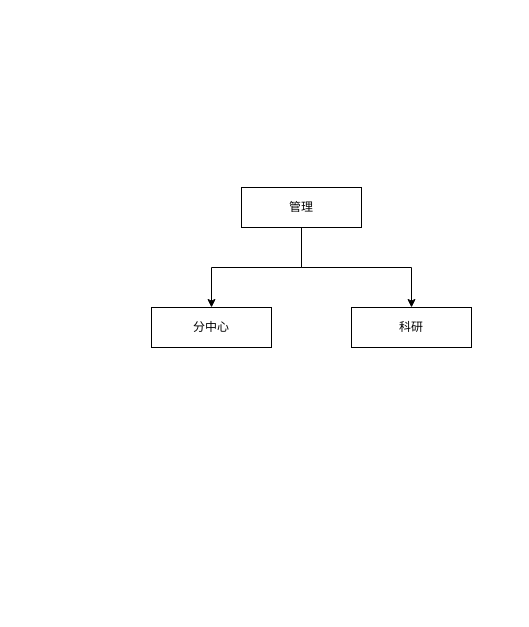
The draw.io diagram page "运行系统" (1 of 3) of 康评系统演示.drawio in wychytu/drawio, before the edit. Source tidied: cells renumbered, new cells numbered last; positions are measured from the earlier drawing's top-left corner, leaving out a move shared by most shapes. Both pictures are drawn from the tidied source at 100%, with x=0, y=0 at pixel (151, 187).
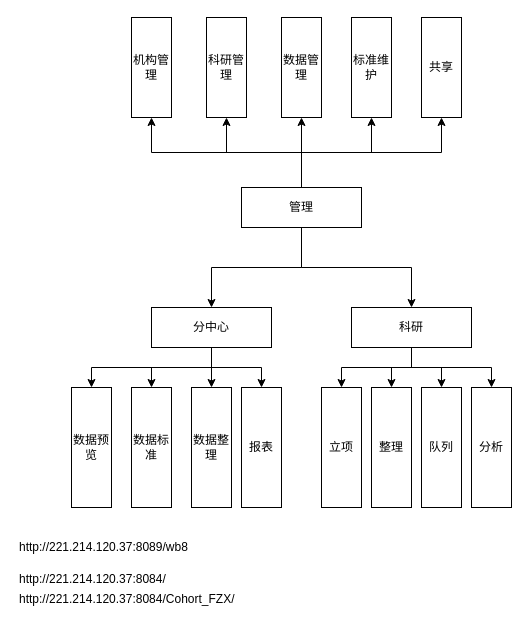
After the change.

Unchanged cells that the change refers to:
```xml
<mxCell id="2" value="分中心" style="rounded=0;whiteSpace=wrap;html=1;" parent="1" vertex="1">
  <mxGeometry y="120" width="120" height="40" as="geometry" />
</mxCell>
<mxCell id="5" value="管理" style="rounded=0;whiteSpace=wrap;html=1;" parent="1" vertex="1">
  <mxGeometry x="90" width="120" height="40" as="geometry" />
</mxCell>
<mxCell id="6" value="科研" style="rounded=0;whiteSpace=wrap;html=1;" parent="1" vertex="1">
  <mxGeometry x="200" y="120" width="120" height="40" as="geometry" />
</mxCell>
```

What changed in the source:
```diff
@@
+    <mxCell id="7" style="edgeStyle=orthogonalEdgeStyle;rounded=0;jettySize=auto;html=1;exitX=0.5;exitY=1;exitDx=0;exitDy=0;entryX=0.5;entryY=0;entryDx=0;entryDy=0;" parent="1" edge="1" source="2" target="23">
+      <mxGeometry relative="1" as="geometry" />
+    </mxCell>
+    <mxCell id="8" style="edgeStyle=orthogonalEdgeStyle;rounded=0;jettySize=auto;html=1;exitX=0.5;exitY=1;exitDx=0;exitDy=0;entryX=0.5;entryY=0;entryDx=0;entryDy=0;" parent="1" edge="1" source="2" target="24">
+      <mxGeometry relative="1" as="geometry" />
+    </mxCell>
+    <mxCell id="9" style="edgeStyle=orthogonalEdgeStyle;rounded=0;jettySize=auto;html=1;exitX=0.5;exitY=1;exitDx=0;exitDy=0;entryX=0.5;entryY=0;entryDx=0;entryDy=0;" parent="1" edge="1" source="2" target="25">
+      <mxGeometry relative="1" as="geometry" />
+    </mxCell>
+    <mxCell id="10" style="edgeStyle=orthogonalEdgeStyle;rounded=0;jettySize=auto;html=1;exitX=0.5;exitY=1;exitDx=0;exitDy=0;entryX=0.5;entryY=0;entryDx=0;entryDy=0;" parent="1" edge="1" source="2" target="26">
+      <mxGeometry relative="1" as="geometry" />
+    </mxCell>
@@
+    <mxCell id="11" style="edgeStyle=orthogonalEdgeStyle;rounded=0;jettySize=auto;html=1;exitX=0.5;exitY=0;exitDx=0;exitDy=0;entryX=0.5;entryY=1;entryDx=0;entryDy=0;" parent="1" edge="1" source="5" target="33">
+      <mxGeometry relative="1" as="geometry" />
+    </mxCell>
+    <mxCell id="12" style="edgeStyle=orthogonalEdgeStyle;rounded=0;jettySize=auto;html=1;exitX=0.5;exitY=0;exitDx=0;exitDy=0;entryX=0.5;entryY=1;entryDx=0;entryDy=0;" parent="1" edge="1" source="5" target="31">
+      <mxGeometry relative="1" as="geometry" />
+    </mxCell>
+    <mxCell id="13" style="edgeStyle=orthogonalEdgeStyle;rounded=0;jettySize=auto;html=1;exitX=0.5;exitY=0;exitDx=0;exitDy=0;entryX=0.5;entryY=1;entryDx=0;entryDy=0;" parent="1" edge="1" source="5" target="32">
+      <mxGeometry relative="1" as="geometry" />
+    </mxCell>
+    <mxCell id="14" style="edgeStyle=orthogonalEdgeStyle;rounded=0;jettySize=auto;html=1;exitX=0.5;exitY=0;exitDx=0;exitDy=0;" parent="1" edge="1" source="5" target="34">
+      <mxGeometry relative="1" as="geometry" />
+    </mxCell>
+    <mxCell id="15" style="edgeStyle=orthogonalEdgeStyle;rounded=0;jettySize=auto;html=1;exitX=0.5;exitY=0;exitDx=0;exitDy=0;entryX=0.5;entryY=1;entryDx=0;entryDy=0;" parent="1" edge="1" source="5" target="35">
+      <mxGeometry relative="1" as="geometry" />
+    </mxCell>
@@
+    <mxCell id="16" style="edgeStyle=orthogonalEdgeStyle;rounded=0;jettySize=auto;html=1;exitX=0.5;exitY=1;exitDx=0;exitDy=0;entryX=0.5;entryY=0;entryDx=0;entryDy=0;" parent="1" edge="1" source="6" target="28">
+      <mxGeometry relative="1" as="geometry" />
+    </mxCell>
+    <mxCell id="17" style="edgeStyle=orthogonalEdgeStyle;rounded=0;jettySize=auto;html=1;exitX=0.5;exitY=1;exitDx=0;exitDy=0;entryX=0.5;entryY=0;entryDx=0;entryDy=0;" parent="1" edge="1" source="6" target="27">
+      <mxGeometry relative="1" as="geometry" />
+    </mxCell>
+    <mxCell id="18" style="edgeStyle=orthogonalEdgeStyle;rounded=0;jettySize=auto;html=1;exitX=0.5;exitY=1;exitDx=0;exitDy=0;entryX=0.5;entryY=0;entryDx=0;entryDy=0;" parent="1" edge="1" source="6" target="29">
+      <mxGeometry relative="1" as="geometry" />
+    </mxCell>
+    <mxCell id="19" style="edgeStyle=orthogonalEdgeStyle;rounded=0;jettySize=auto;html=1;exitX=0.5;exitY=1;exitDx=0;exitDy=0;entryX=0.5;entryY=0;entryDx=0;entryDy=0;" parent="1" edge="1" source="6" target="30">
+      <mxGeometry relative="1" as="geometry" />
+    </mxCell>
@@
+    <mxCell id="20" value="http://221.214.120.37:8089/wb8" style="text;html=1;align=left;verticalAlign=top;spacingTop=-4;" parent="1" vertex="1">
+      <mxGeometry x="-134" y="350" width="190" height="20" as="geometry" />
+    </mxCell>
+    <mxCell id="21" value="http://221.214.120.37:8084/Cohort_FZX/" style="text;html=1;align=left;verticalAlign=top;spacingTop=-4;" parent="1" vertex="1">
+      <mxGeometry x="-134" y="402" width="230" height="20" as="geometry" />
+    </mxCell>
+    <mxCell id="22" value="http://221.214.120.37:8084/" style="text;html=1;align=left;verticalAlign=top;spacingTop=-4;" parent="1" vertex="1">
+      <mxGeometry x="-134" y="382" width="160" height="20" as="geometry" />
+    </mxCell>
+    <mxCell id="23" value="数据预览" style="rounded=0;whiteSpace=wrap;html=1;" parent="1" vertex="1">
+      <mxGeometry x="-80" y="200" width="40" height="120" as="geometry" />
+    </mxCell>
+    <mxCell id="24" value="数据标准" style="rounded=0;whiteSpace=wrap;html=1;" parent="1" vertex="1">
+      <mxGeometry x="-20" y="200" width="40" height="120" as="geometry" />
+    </mxCell>
+    <mxCell id="25" value="数据整理" style="rounded=0;whiteSpace=wrap;html=1;" parent="1" vertex="1">
+      <mxGeometry x="40" y="200" width="40" height="120" as="geometry" />
+    </mxCell>
+    <mxCell id="26" value="报表" style="rounded=0;whiteSpace=wrap;html=1;" parent="1" vertex="1">
+      <mxGeometry x="90" y="200" width="40" height="120" as="geometry" />
+    </mxCell>
+    <mxCell id="27" value="立项" style="rounded=0;whiteSpace=wrap;html=1;" parent="1" vertex="1">
+      <mxGeometry x="170" y="200" width="40" height="120" as="geometry" />
+    </mxCell>
+    <mxCell id="28" value="整理" style="rounded=0;whiteSpace=wrap;html=1;" parent="1" vertex="1">
+      <mxGeometry x="220" y="200" width="40" height="120" as="geometry" />
+    </mxCell>
+    <mxCell id="29" value="队列" style="rounded=0;whiteSpace=wrap;html=1;" parent="1" vertex="1">
+      <mxGeometry x="270" y="200" width="40" height="120" as="geometry" />
+    </mxCell>
+    <mxCell id="30" value="分析" style="rounded=0;whiteSpace=wrap;html=1;" parent="1" vertex="1">
+      <mxGeometry x="320" y="200" width="40" height="120" as="geometry" />
+    </mxCell>
+    <mxCell id="31" value="机构管理" style="rounded=0;whiteSpace=wrap;html=1;" parent="1" vertex="1">
+      <mxGeometry x="-20" y="-170" width="40" height="100" as="geometry" />
+    </mxCell>
+    <mxCell id="32" value="科研管理" style="rounded=0;whiteSpace=wrap;html=1;" parent="1" vertex="1">
+      <mxGeometry x="55" y="-170" width="40" height="100" as="geometry" />
+    </mxCell>
+    <mxCell id="33" value="数据管理" style="rounded=0;whiteSpace=wrap;html=1;" parent="1" vertex="1">
+      <mxGeometry x="130" y="-170" width="40" height="100" as="geometry" />
+    </mxCell>
+    <mxCell id="34" value="标准维护" style="rounded=0;whiteSpace=wrap;html=1;" parent="1" vertex="1">
+      <mxGeometry x="200" y="-170" width="40" height="100" as="geometry" />
+    </mxCell>
+    <mxCell id="35" value="共享" style="rounded=0;whiteSpace=wrap;html=1;" parent="1" vertex="1">
+      <mxGeometry x="270" y="-170" width="40" height="100" as="geometry" />
+    </mxCell>
```
